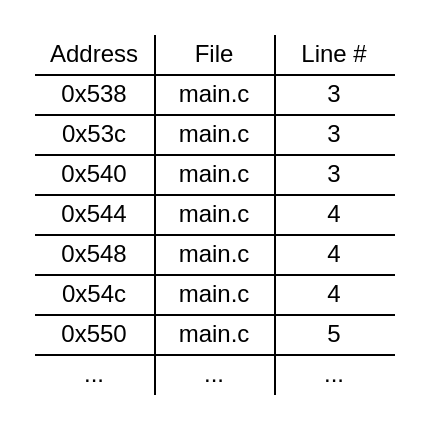
Before: labs/8-dwarf-parsing/images/line-number-matrix.drawio in dddrrreee/cs340lx-25aut, a draw.io diagram. Source tidied: cells renumbered, new cells numbered last; positions are measured from the earlier drawing's top-left corner, leaving out a move shared by most shapes. Both pictures are drawn from the tidied source at 200%, with x=0, y=0 at pixel (34, 34).
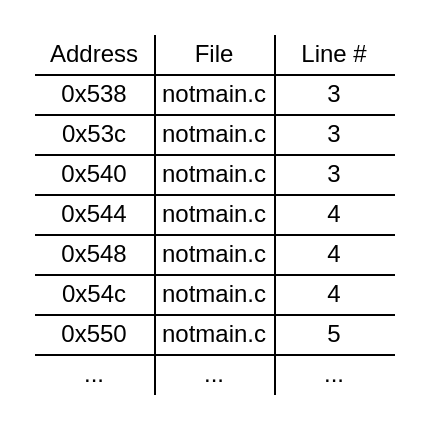
The same page after the edit.

Diff of the diagram source:
```diff
@@
-    <mxCell id="9" value="main.c" style="text;html=1;strokeColor=none;fillColor=none;align=center;verticalAlign=middle;whiteSpace=wrap;rounded=0;" parent="1" vertex="1">
+    <mxCell id="9" value="notmain.c" style="text;html=1;strokeColor=none;fillColor=none;align=center;verticalAlign=middle;whiteSpace=wrap;rounded=0;" parent="1" vertex="1">
       <mxGeometry x="60" y="20" width="60" height="20" as="geometry" />
     </mxCell>
@@
-    <mxCell id="16" value="main.c" style="text;html=1;strokeColor=none;fillColor=none;align=center;verticalAlign=middle;whiteSpace=wrap;rounded=0;" parent="1" vertex="1">
+    <mxCell id="16" value="notmain.c" style="text;html=1;strokeColor=none;fillColor=none;align=center;verticalAlign=middle;whiteSpace=wrap;rounded=0;" parent="1" vertex="1">
       <mxGeometry x="60" y="40" width="60" height="20" as="geometry" />
     </mxCell>
-    <mxCell id="17" value="main.c" style="text;html=1;strokeColor=none;fillColor=none;align=center;verticalAlign=middle;whiteSpace=wrap;rounded=0;" parent="1" vertex="1">
+    <mxCell id="17" value="notmain.c" style="text;html=1;strokeColor=none;fillColor=none;align=center;verticalAlign=middle;whiteSpace=wrap;rounded=0;" parent="1" vertex="1">
       <mxGeometry x="60" y="60" width="60" height="20" as="geometry" />
     </mxCell>
-    <mxCell id="18" value="main.c" style="text;html=1;strokeColor=none;fillColor=none;align=center;verticalAlign=middle;whiteSpace=wrap;rounded=0;" parent="1" vertex="1">
+    <mxCell id="18" value="notmain.c" style="text;html=1;strokeColor=none;fillColor=none;align=center;verticalAlign=middle;whiteSpace=wrap;rounded=0;" parent="1" vertex="1">
       <mxGeometry x="60" y="80" width="60" height="20" as="geometry" />
     </mxCell>
-    <mxCell id="19" value="main.c" style="text;html=1;strokeColor=none;fillColor=none;align=center;verticalAlign=middle;whiteSpace=wrap;rounded=0;" parent="1" vertex="1">
+    <mxCell id="19" value="notmain.c" style="text;html=1;strokeColor=none;fillColor=none;align=center;verticalAlign=middle;whiteSpace=wrap;rounded=0;" parent="1" vertex="1">
       <mxGeometry x="60" y="100" width="60" height="20" as="geometry" />
     </mxCell>
-    <mxCell id="20" value="main.c" style="text;html=1;strokeColor=none;fillColor=none;align=center;verticalAlign=middle;whiteSpace=wrap;rounded=0;" parent="1" vertex="1">
+    <mxCell id="20" value="notmain.c" style="text;html=1;strokeColor=none;fillColor=none;align=center;verticalAlign=middle;whiteSpace=wrap;rounded=0;" parent="1" vertex="1">
       <mxGeometry x="60" y="120" width="60" height="20" as="geometry" />
     </mxCell>
-    <mxCell id="21" value="main.c" style="text;html=1;strokeColor=none;fillColor=none;align=center;verticalAlign=middle;whiteSpace=wrap;rounded=0;" parent="1" vertex="1">
+    <mxCell id="21" value="notmain.c" style="text;html=1;strokeColor=none;fillColor=none;align=center;verticalAlign=middle;whiteSpace=wrap;rounded=0;" parent="1" vertex="1">
       <mxGeometry x="60" y="140" width="60" height="20" as="geometry" />
     </mxCell>
```
